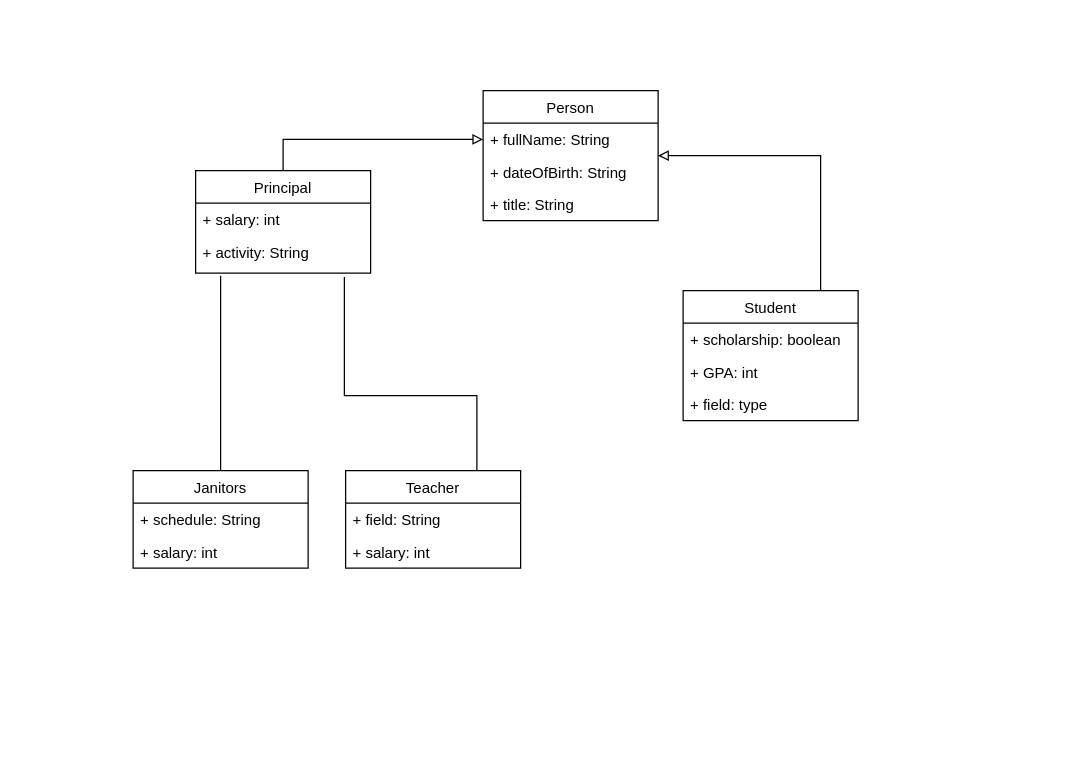
The draw.io diagram src/com/company/Untitled Diagram.drawio in Linda-Ju/EnumsAndUML, before the edit. Source tidied: cells renumbered, new cells numbered last; positions are measured from the earlier drawing's top-left corner, leaving out a move shared by most shapes. Both pictures are drawn from the tidied source at 125%, with x=0, y=0 at pixel (132, 90).
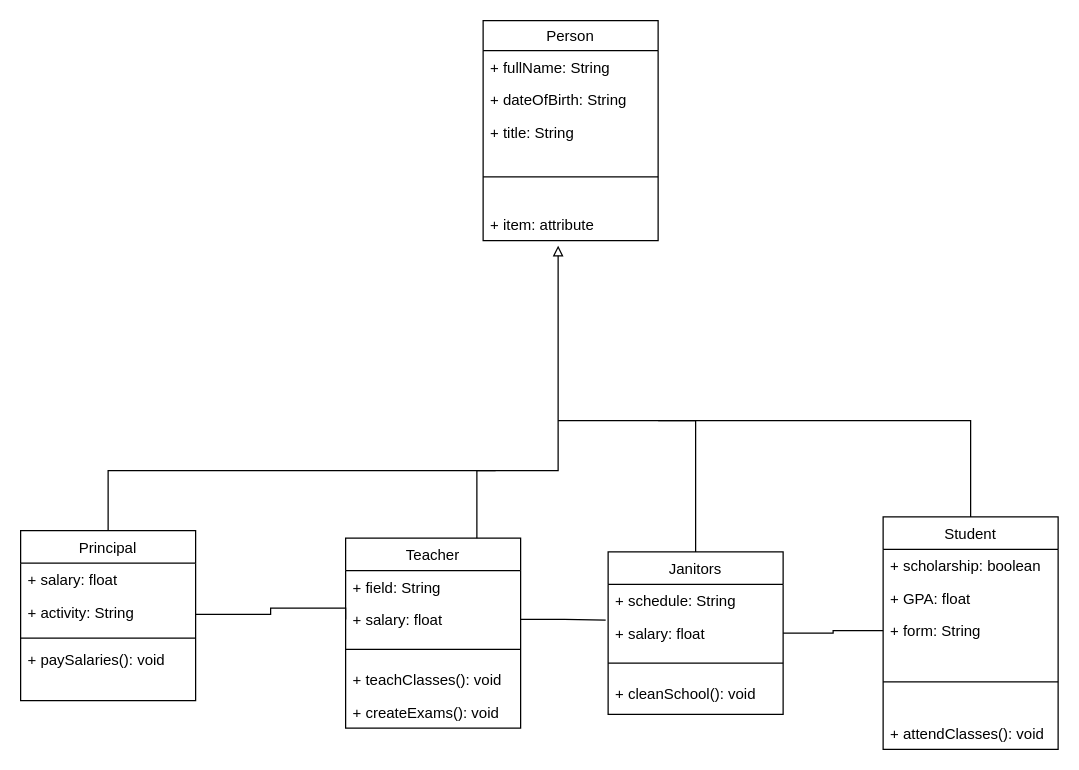
The same page after the edit.

The change refers to these unchanged cells:
```xml
<mxCell id="9" value="+ activity: String&#10;" style="text;strokeColor=none;fillColor=none;align=left;verticalAlign=top;spacingLeft=4;spacingRight=4;overflow=hidden;points=[[0,0.5],[1,0.5]];portConstraint=eastwest;" parent="7" vertex="1">
  <mxGeometry y="52" width="140" height="30" as="geometry" />
</mxCell>
```

Diff of the diagram source:
```diff
@@
-    <mxCell id="2" style="edgeStyle=orthogonalEdgeStyle;rounded=0;jettySize=auto;html=1;endArrow=block;endFill=0;entryX=0;entryY=0.5;entryDx=0;entryDy=0;exitX=0.5;exitY=0;exitDx=0;exitDy=0;" parent="1" edge="1" source="7" target="4">
+    <mxCell id="2" style="edgeStyle=orthogonalEdgeStyle;rounded=0;jettySize=auto;html=1;endArrow=none;endFill=0;exitX=0.5;exitY=0;exitDx=0;exitDy=0;" parent="1" edge="1" source="7">
       <mxGeometry relative="1" as="geometry">
+        <mxPoint x="290" y="304" as="targetPoint" />
         <Array as="points">
-          <mxPoint x="120" y="39" />
+          <mxPoint x="-20" y="304" />
         </Array>
       </mxGeometry>
     </mxCell>
-    <mxCell id="3" value="Person" style="swimlane;fontStyle=0;horizontal=1;startSize=26;fillColor=none;" parent="1" vertex="1">
-      <mxGeometry x="280" width="140" height="104" as="geometry" />
+    <mxCell id="3" value="Person" style="swimlane;fontStyle=0;horizontal=1;startSize=24;fillColor=none;" parent="1" vertex="1">
+      <mxGeometry x="280" y="-56" width="140" height="176" as="geometry" />
     </mxCell>
     <mxCell id="4" value="+ fullName: String" style="text;strokeColor=none;fillColor=none;align=left;verticalAlign=top;spacingLeft=4;spacingRight=4;overflow=hidden;points=[[0,0.5],[1,0.5]];portConstraint=eastwest;" parent="3" vertex="1">
-      <mxGeometry y="26" width="140" height="26" as="geometry" />
+      <mxGeometry y="24" width="140" height="26" as="geometry" />
     </mxCell>
     <mxCell id="5" value="+ dateOfBirth: String" style="text;strokeColor=none;fillColor=none;align=left;verticalAlign=top;spacingLeft=4;spacingRight=4;overflow=hidden;" parent="3" vertex="1">
-      <mxGeometry y="52" width="140" height="26" as="geometry" />
+      <mxGeometry y="50" width="140" height="26" as="geometry" />
     </mxCell>
     <mxCell id="6" value="+ title: String" style="text;strokeColor=none;fillColor=none;align=left;verticalAlign=top;spacingLeft=4;spacingRight=4;overflow=hidden;" parent="3" vertex="1">
-      <mxGeometry y="78" width="140" height="26" as="geometry" />
+      <mxGeometry y="76" width="140" height="24" as="geometry" />
     </mxCell>
+    <mxCell id="23" style="line;strokeWidth=1;fillColor=none;align=left;verticalAlign=middle;spacingTop=-1;spacingLeft=3;spacingRight=3;labelPosition=right;" parent="3" vertex="1">
+      <mxGeometry y="100" width="140" height="50" as="geometry" />
+    </mxCell>
+    <mxCell id="24" value="+ item: attribute" style="text;strokeColor=none;fillColor=none;align=left;verticalAlign=top;spacingLeft=4;spacingRight=4;overflow=hidden;" parent="3" vertex="1">
+      <mxGeometry y="150" width="140" height="26" as="geometry" />
+    </mxCell>
     <mxCell id="7" value="Principal" style="swimlane;fontStyle=0;horizontal=1;startSize=26;fillColor=none;" parent="1" vertex="1">
-      <mxGeometry x="50" y="64" width="140" height="82" as="geometry" />
+      <mxGeometry x="-90" y="352" width="140" height="136" as="geometry" />
     </mxCell>
-    <mxCell id="8" value="+ salary: int" style="text;strokeColor=none;fillColor=none;align=left;verticalAlign=top;spacingLeft=4;spacingRight=4;overflow=hidden;" parent="7" vertex="1">
+    <mxCell id="8" value="+ salary: float" style="text;strokeColor=none;fillColor=none;align=left;verticalAlign=top;spacingLeft=4;spacingRight=4;overflow=hidden;" parent="7" vertex="1">
       <mxGeometry y="26" width="140" height="26" as="geometry" />
     </mxCell>
@@
+    <mxCell id="25" style="line;strokeWidth=1;fillColor=none;align=left;verticalAlign=middle;spacingTop=-1;spacingLeft=3;spacingRight=3;labelPosition=right;" parent="7" vertex="1">
+      <mxGeometry y="82" width="140" height="8" as="geometry" />
+    </mxCell>
+    <mxCell id="26" value="+ paySalaries(): void" style="text;strokeColor=none;fillColor=none;align=left;verticalAlign=top;spacingLeft=4;spacingRight=4;overflow=hidden;" parent="7" vertex="1">
+      <mxGeometry y="90" width="140" height="46" as="geometry" />
+    </mxCell>
-    <mxCell id="10" style="edgeStyle=orthogonalEdgeStyle;rounded=0;jettySize=auto;html=1;exitX=0.75;exitY=0;exitDx=0;exitDy=0;entryX=0.85;entryY=1.1;entryDx=0;entryDy=0;endArrow=none;endFill=0;entryPerimeter=0;" parent="1" edge="1" source="11" target="9">
+    <mxCell id="10" style="edgeStyle=orthogonalEdgeStyle;rounded=0;jettySize=auto;html=1;exitX=0.75;exitY=0;exitDx=0;exitDy=0;endArrow=block;endFill=0;" parent="1" edge="1" source="11">
       <mxGeometry relative="1" as="geometry">
+        <mxPoint x="340" y="124" as="targetPoint" />
         <Array as="points">
-          <mxPoint x="275" y="244" />
-          <mxPoint x="169" y="244" />
+          <mxPoint x="275" y="304" />
+          <mxPoint x="340" y="304" />
         </Array>
       </mxGeometry>
     </mxCell>
     <mxCell id="11" value="Teacher" style="swimlane;fontStyle=0;horizontal=1;startSize=26;fillColor=none;" parent="1" vertex="1">
-      <mxGeometry x="170" y="304" width="140" height="78" as="geometry" />
+      <mxGeometry x="170" y="358" width="140" height="152" as="geometry" />
     </mxCell>
@@
-    <mxCell id="13" value="+ salary: int" style="text;strokeColor=none;fillColor=none;align=left;verticalAlign=top;spacingLeft=4;spacingRight=4;overflow=hidden;points=[[0,0.5],[1,0.5]];portConstraint=eastwest;" parent="11" vertex="1">
+    <mxCell id="13" value="+ salary: float" style="text;strokeColor=none;fillColor=none;align=left;verticalAlign=top;spacingLeft=4;spacingRight=4;overflow=hidden;points=[[0,0.5],[1,0.5]];portConstraint=eastwest;" parent="11" vertex="1">
       <mxGeometry y="52" width="140" height="26" as="geometry" />
     </mxCell>
+    <mxCell id="27" style="line;strokeWidth=1;fillColor=none;align=left;verticalAlign=middle;spacingTop=-1;spacingLeft=3;spacingRight=3;labelPosition=right;" parent="11" vertex="1">
+      <mxGeometry y="78" width="140" height="22" as="geometry" />
+    </mxCell>
+    <mxCell id="28" value="+ teachClasses(): void" style="text;strokeColor=none;fillColor=none;align=left;verticalAlign=top;spacingLeft=4;spacingRight=4;overflow=hidden;" parent="11" vertex="1">
+      <mxGeometry y="100" width="140" height="26" as="geometry" />
+    </mxCell>
+    <mxCell id="29" value="+ createExams(): void" style="text;strokeColor=none;fillColor=none;align=left;verticalAlign=top;spacingLeft=4;spacingRight=4;overflow=hidden;" parent="11" vertex="1">
+      <mxGeometry y="126" width="140" height="26" as="geometry" />
+    </mxCell>
-    <mxCell id="14" style="edgeStyle=orthogonalEdgeStyle;rounded=0;jettySize=auto;html=1;entryX=1;entryY=0.5;entryDx=0;entryDy=0;endArrow=block;endFill=0;" parent="1" edge="1" source="15" target="3">
+    <mxCell id="14" style="edgeStyle=orthogonalEdgeStyle;rounded=0;jettySize=auto;html=1;endArrow=none;endFill=0;" parent="1" edge="1" source="15">
       <mxGeometry relative="1" as="geometry">
+        <mxPoint x="420" y="264" as="targetPoint" />
         <Array as="points">
-          <mxPoint x="550" y="52" />
+          <mxPoint x="670" y="264" />
         </Array>
       </mxGeometry>
     </mxCell>
     <mxCell id="15" value="Student" style="swimlane;fontStyle=0;horizontal=1;startSize=26;fillColor=none;" parent="1" vertex="1">
-      <mxGeometry x="440" y="160" width="140" height="104" as="geometry" />
+      <mxGeometry x="600" y="341" width="140" height="186" as="geometry" />
     </mxCell>
@@
-    <mxCell id="17" value="+ GPA: int" style="text;strokeColor=none;fillColor=none;align=left;verticalAlign=top;spacingLeft=4;spacingRight=4;overflow=hidden;" parent="15" vertex="1">
+    <mxCell id="17" value="+ GPA: float" style="text;strokeColor=none;fillColor=none;align=left;verticalAlign=top;spacingLeft=4;spacingRight=4;overflow=hidden;" parent="15" vertex="1">
       <mxGeometry y="52" width="140" height="26" as="geometry" />
     </mxCell>
-    <mxCell id="18" value="+ field: type" style="text;strokeColor=none;fillColor=none;align=left;verticalAlign=top;spacingLeft=4;spacingRight=4;overflow=hidden;points=[[0,0.5],[1,0.5]];portConstraint=eastwest;" parent="15" vertex="1">
+    <mxCell id="18" value="+ form: String" style="text;strokeColor=none;fillColor=none;align=left;verticalAlign=top;spacingLeft=4;spacingRight=4;overflow=hidden;points=[[0,0.5],[1,0.5]];portConstraint=eastwest;" parent="15" vertex="1">
       <mxGeometry y="78" width="140" height="26" as="geometry" />
     </mxCell>
+    <mxCell id="30" style="line;strokeWidth=1;fillColor=none;align=left;verticalAlign=middle;spacingTop=-1;spacingLeft=3;spacingRight=3;labelPosition=right;" parent="15" vertex="1">
+      <mxGeometry y="104" width="140" height="56" as="geometry" />
+    </mxCell>
+    <mxCell id="31" value="+ attendClasses(): void" style="text;strokeColor=none;fillColor=none;align=left;verticalAlign=top;spacingLeft=4;spacingRight=4;overflow=hidden;" parent="15" vertex="1">
+      <mxGeometry y="160" width="140" height="26" as="geometry" />
+    </mxCell>
     <mxCell id="19" style="edgeStyle=orthogonalEdgeStyle;rounded=0;jettySize=auto;html=1;endArrow=none;endFill=0;" parent="1" edge="1" source="20">
       <mxGeometry relative="1" as="geometry">
-        <mxPoint x="70" y="148" as="targetPoint" />
+        <mxPoint x="340" y="264" as="targetPoint" />
         <Array as="points">
-          <mxPoint x="70" y="264" />
-          <mxPoint x="70" y="264" />
+          <mxPoint x="450" y="264" />
         </Array>
       </mxGeometry>
     </mxCell>
     <mxCell id="20" value="Janitors" style="swimlane;fontStyle=0;horizontal=1;startSize=26;fillColor=none;" parent="1" vertex="1">
-      <mxGeometry y="304" width="140" height="78" as="geometry" />
+      <mxGeometry x="380" y="369" width="140" height="130" as="geometry" />
     </mxCell>
@@
-    <mxCell id="22" value="+ salary: int" style="text;strokeColor=none;fillColor=none;align=left;verticalAlign=top;spacingLeft=4;spacingRight=4;overflow=hidden;points=[[0,0.5],[1,0.5]];portConstraint=eastwest;" parent="20" vertex="1">
+    <mxCell id="22" value="+ salary: float" style="text;strokeColor=none;fillColor=none;align=left;verticalAlign=top;spacingLeft=4;spacingRight=4;overflow=hidden;points=[[0,0.5],[1,0.5]];portConstraint=eastwest;" parent="20" vertex="1">
       <mxGeometry y="52" width="140" height="26" as="geometry" />
     </mxCell>
+    <mxCell id="32" style="line;strokeWidth=1;fillColor=none;align=left;verticalAlign=middle;spacingTop=-1;spacingLeft=3;spacingRight=3;labelPosition=right;" parent="20" vertex="1">
+      <mxGeometry y="78" width="140" height="22" as="geometry" />
+    </mxCell>
+    <mxCell id="33" value="+ cleanSchool(): void" style="text;strokeColor=none;fillColor=none;align=left;verticalAlign=top;spacingLeft=4;spacingRight=4;overflow=hidden;" parent="20" vertex="1">
+      <mxGeometry y="100" width="140" height="30" as="geometry" />
+    </mxCell>
+    <mxCell id="34" style="edgeStyle=orthogonalEdgeStyle;rounded=0;jettySize=auto;html=1;entryX=0;entryY=0.5;entryDx=0;entryDy=0;endArrow=none;endFill=0;" parent="1" edge="1" source="9" target="13">
+      <mxGeometry relative="1" as="geometry">
+        <Array as="points">
+          <mxPoint x="110" y="419" />
+          <mxPoint x="110" y="414" />
+          <mxPoint x="170" y="414" />
+        </Array>
+      </mxGeometry>
+    </mxCell>
+    <mxCell id="35" style="edgeStyle=orthogonalEdgeStyle;rounded=0;jettySize=auto;html=1;endArrow=none;endFill=0;entryX=-0.014;entryY=0.103;entryDx=0;entryDy=0;entryPerimeter=0;" parent="1" edge="1" source="13" target="22">
+      <mxGeometry relative="1" as="geometry" />
+    </mxCell>
+    <mxCell id="36" style="edgeStyle=orthogonalEdgeStyle;rounded=0;jettySize=auto;html=1;endArrow=none;endFill=0;entryX=0;entryY=0.5;entryDx=0;entryDy=0;" parent="1" edge="1" source="22" target="18">
+      <mxGeometry relative="1" as="geometry" />
+    </mxCell>
```
